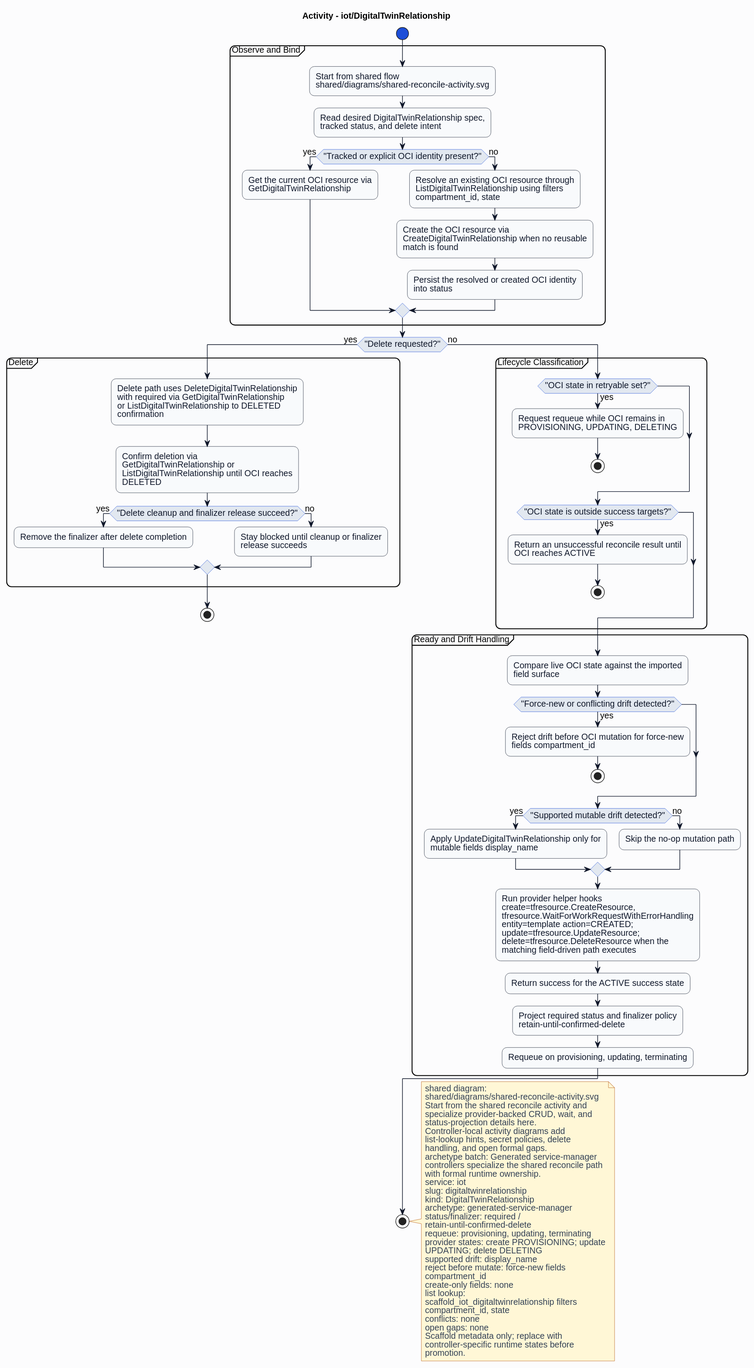
This is formal/controllers/iot/digitaltwinrelationship/diagrams/activity.svg from HaoyL666/oci-service-operator, a PlantUML export, as it was before one commit.
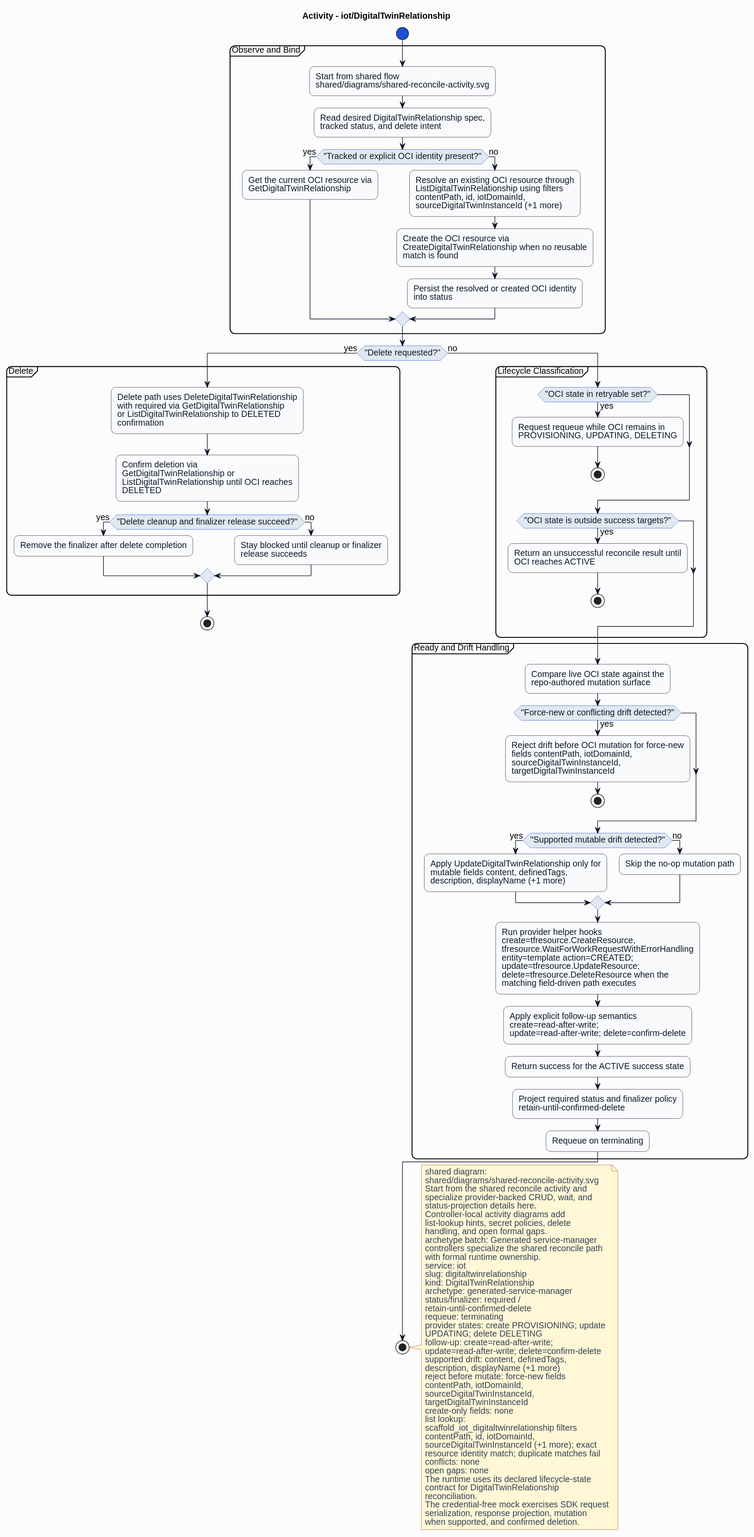
After the change.

Diff of the diagram source:
```diff
@@ -27,7 +27,7 @@
 if ("Tracked or explicit OCI identity present?") then (yes)
 :Get the current OCI resource via\nGetDigitalTwinRelationship;
 else (no)
-:Resolve an existing OCI resource through\nListDigitalTwinRelationship using filters\ncompartment_id, state;
+:Resolve an existing OCI resource through\nListDigitalTwinRelationship using filters\ncontentPath, id, iotDomainId,\nsourceDigitalTwinInstanceId (+1 more);
 :Create the OCI resource via\nCreateDigitalTwinRelationship when no reusable\nmatch is found;
 :Persist the resolved or created OCI identity\ninto status;
 endif
@@ -55,20 +55,21 @@
 endif
 }
 partition "Ready and Drift Handling" {
-:Compare live OCI state against the imported\nfield surface;
+:Compare live OCI state against the\nrepo-authored mutation surface;
 if ("Force-new or conflicting drift detected?") then (yes)
-:Reject drift before OCI mutation for force-new\nfields compartment_id;
+:Reject drift before OCI mutation for force-new\nfields contentPath, iotDomainId,\nsourceDigitalTwinInstanceId,\ntargetDigitalTwinInstanceId;
 stop
 endif
 if ("Supported mutable drift detected?") then (yes)
-:Apply UpdateDigitalTwinRelationship only for\nmutable fields display_name;
+:Apply UpdateDigitalTwinRelationship only for\nmutable fields content, definedTags,\ndescription, displayName (+1 more);
 else (no)
 :Skip the no-op mutation path;
 endif
 :Run provider helper hooks\ncreate=tfresource.CreateResource,\ntfresource.WaitForWorkRequestWithErrorHandling\nentity=template action=CREATED;\nupdate=tfresource.UpdateResource;\ndelete=tfresource.DeleteResource when the\nmatching field-driven path executes;
+:Apply explicit follow-up semantics\ncreate=read-after-write;\nupdate=read-after-write; delete=confirm-delete;
 :Return success for the ACTIVE success state;
 :Project required status and finalizer policy\nretain-until-confirmed-delete;
-:Requeue on provisioning, updating, terminating;
+:Requeue on terminating;
 }
 endif
 stop
@@ -90,20 +91,30 @@
 archetype: generated-service-manager
 status/finalizer: required /
 retain-until-confirmed-delete
-requeue: provisioning, updating, terminating
+requeue: terminating
 provider states: create PROVISIONING; update
 UPDATING; delete DELETING
-supported drift: display_name
+follow-up: create=read-after-write;
+update=read-after-write; delete=confirm-delete
+supported drift: content, definedTags,
+description, displayName (+1 more)
 reject before mutate: force-new fields
-compartment_id
+contentPath, iotDomainId,
+sourceDigitalTwinInstanceId,
+targetDigitalTwinInstanceId
 create-only fields: none
 list lookup:
 scaffold_iot_digitaltwinrelationship filters
-compartment_id, state
+contentPath, id, iotDomainId,
+sourceDigitalTwinInstanceId (+1 more); exact
+resource identity match; duplicate matches fail
 conflicts: none
 open gaps: none
-Scaffold metadata only; replace with
-controller-specific runtime states before
-promotion.
+The runtime uses its declared lifecycle-state
+contract for DigitalTwinRelationship
+reconciliation.
+The credential-free mock exercises SDK request
+serialization, response projection, mutation
+when supported, and confirmed deletion.
 end note
 @enduml
```
